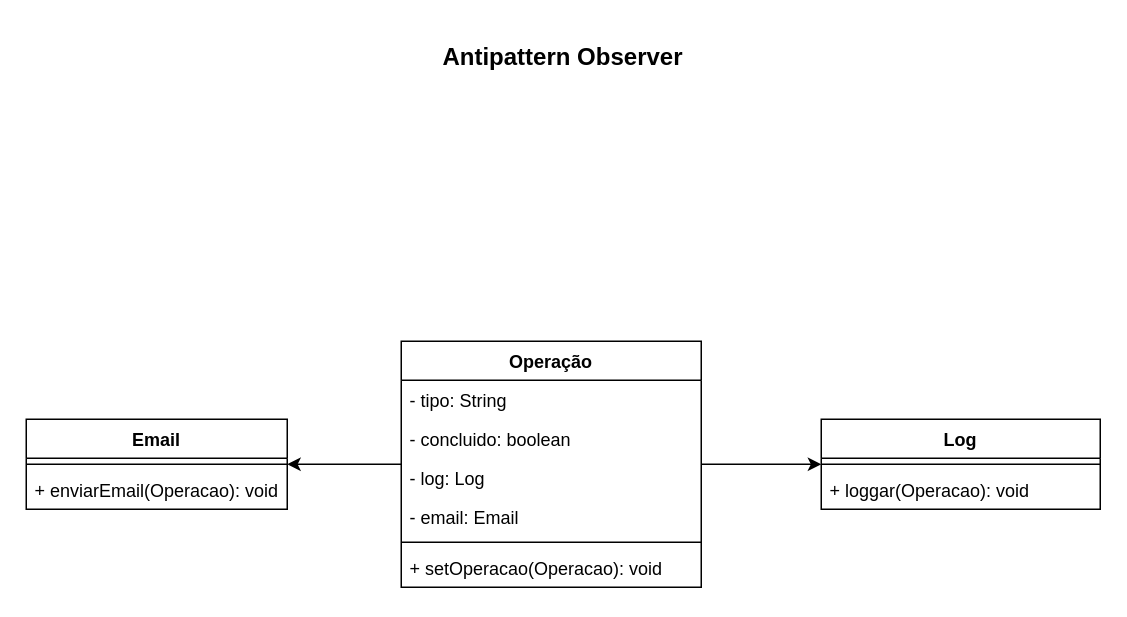
This is page "Antipattern" (2 of 2) of Padrões de Pojetos/Documentos/Diagramas/Facade.drawio from hrszanini/bertoti, a draw.io file, before an edit. Source tidied: cells renumbered, new cells numbered last; positions are measured from the earlier drawing's top-left corner, leaving out a move shared by most shapes. Both pictures are drawn from the tidied source at 150%, with x=0, y=0 at pixel (26, 26).
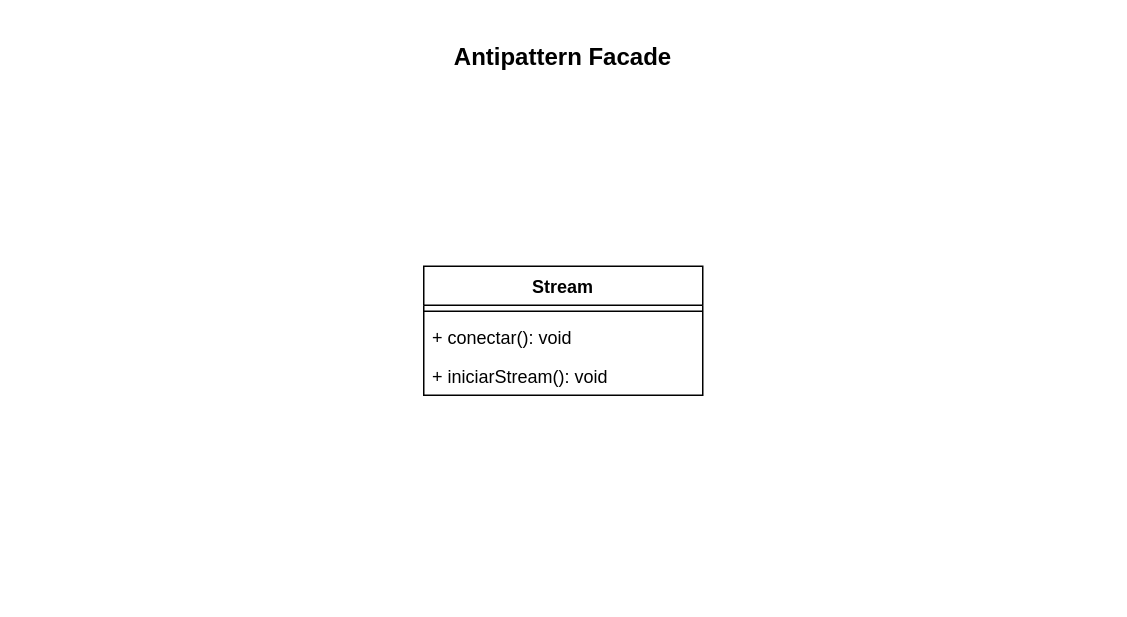
The same diagram, later.

The edit, as a diff of the source:
```diff
@@
 <mxGraphModel>
   <root>
     <mxCell id="0" />
     <mxCell id="1" parent="0" />
-    <mxCell id="2" value="Email" style="swimlane;fontStyle=1;align=center;verticalAlign=top;horizontal=1;startSize=26;" parent="1" vertex="1">
-      <mxGeometry y="262" width="174" height="60" as="geometry" />
-    </mxCell>
-    <mxCell id="3" style="line;strokeWidth=1;fillColor=none;align=left;verticalAlign=middle;spacingTop=-1;spacingLeft=3;spacingRight=3;labelPosition=right;" parent="2" vertex="1">
-      <mxGeometry y="26" width="174" height="8" as="geometry" />
-    </mxCell>
-    <mxCell id="4" value="+ enviarEmail(Operacao): void" style="text;strokeColor=none;fillColor=none;align=left;verticalAlign=top;spacingLeft=4;spacingRight=4;overflow=hidden;" parent="2" vertex="1">
-      <mxGeometry y="34" width="174" height="26" as="geometry" />
-    </mxCell>
-    <mxCell id="5" value="Log" style="swimlane;fontStyle=1;align=center;verticalAlign=top;horizontal=1;startSize=26;" parent="1" vertex="1">
-      <mxGeometry x="530" y="262" width="186" height="60" as="geometry" />
+    <mxCell id="5" value="Stream" style="swimlane;fontStyle=1;align=center;verticalAlign=top;horizontal=1;startSize=26;" parent="1" vertex="1">
+      <mxGeometry x="265" y="160" width="186" height="86" as="geometry" />
     </mxCell>
     <mxCell id="6" style="line;strokeWidth=1;fillColor=none;align=left;verticalAlign=middle;spacingTop=-1;spacingLeft=3;spacingRight=3;labelPosition=right;" parent="5" vertex="1">
       <mxGeometry y="26" width="186" height="8" as="geometry" />
     </mxCell>
-    <mxCell id="7" value="+ loggar(Operacao): void" style="text;strokeColor=none;fillColor=none;align=left;verticalAlign=top;spacingLeft=4;spacingRight=4;overflow=hidden;" parent="5" vertex="1">
+    <mxCell id="7" value="+ conectar(): void" style="text;strokeColor=none;fillColor=none;align=left;verticalAlign=top;spacingLeft=4;spacingRight=4;overflow=hidden;" parent="5" vertex="1">
       <mxGeometry y="34" width="186" height="26" as="geometry" />
     </mxCell>
-    <mxCell id="8" style="edgeStyle=orthogonalEdgeStyle;rounded=0;jettySize=auto;html=1;" parent="1" edge="1" source="10" target="2">
-      <mxGeometry relative="1" as="geometry" />
-    </mxCell>
-    <mxCell id="9" style="edgeStyle=orthogonalEdgeStyle;rounded=0;jettySize=auto;html=1;" parent="1" edge="1" source="10" target="5">
-      <mxGeometry relative="1" as="geometry" />
-    </mxCell>
-    <mxCell id="10" value="Operação" style="swimlane;fontStyle=1;align=center;verticalAlign=top;horizontal=1;startSize=26;" parent="1" vertex="1">
-      <mxGeometry x="250" y="210" width="200" height="164" as="geometry" />
-    </mxCell>
-    <mxCell id="11" value="- tipo: String" style="text;strokeColor=none;fillColor=none;align=left;verticalAlign=top;spacingLeft=4;spacingRight=4;overflow=hidden;" parent="10" vertex="1">
-      <mxGeometry y="26" width="200" height="26" as="geometry" />
-    </mxCell>
-    <mxCell id="12" value="- concluido: boolean" style="text;strokeColor=none;fillColor=none;align=left;verticalAlign=top;spacingLeft=4;spacingRight=4;overflow=hidden;" parent="10" vertex="1">
-      <mxGeometry y="52" width="200" height="26" as="geometry" />
-    </mxCell>
-    <mxCell id="13" value="- log: Log" style="text;strokeColor=none;fillColor=none;align=left;verticalAlign=top;spacingLeft=4;spacingRight=4;overflow=hidden;" parent="10" vertex="1">
-      <mxGeometry y="78" width="200" height="26" as="geometry" />
-    </mxCell>
-    <mxCell id="14" value="- email: Email" style="text;strokeColor=none;fillColor=none;align=left;verticalAlign=top;spacingLeft=4;spacingRight=4;overflow=hidden;" parent="10" vertex="1">
-      <mxGeometry y="104" width="200" height="26" as="geometry" />
-    </mxCell>
-    <mxCell id="15" style="line;strokeWidth=1;fillColor=none;align=left;verticalAlign=middle;spacingTop=-1;spacingLeft=3;spacingRight=3;labelPosition=right;" parent="10" vertex="1">
-      <mxGeometry y="130" width="200" height="8" as="geometry" />
-    </mxCell>
-    <mxCell id="16" value="+ setOperacao(Operacao): void" style="text;strokeColor=none;fillColor=none;align=left;verticalAlign=top;spacingLeft=4;spacingRight=4;overflow=hidden;" parent="10" vertex="1">
-      <mxGeometry y="138" width="200" height="26" as="geometry" />
-    </mxCell>
+    <mxCell id="18" value="+ iniciarStream(): void" style="text;strokeColor=none;fillColor=none;align=left;verticalAlign=top;spacingLeft=4;spacingRight=4;overflow=hidden;" parent="5" vertex="1">
+      <mxGeometry y="60" width="186" height="26" as="geometry" />
+    </mxCell>
-    <mxCell id="17" value="Antipattern Observer" style="text;html=1;strokeColor=none;fillColor=none;align=center;verticalAlign=middle;whiteSpace=wrap;rounded=0;fontStyle=1;fontSize=16;" parent="1" vertex="1">
+    <mxCell id="17" value="Antipattern Facade" style="text;html=1;strokeColor=none;fillColor=none;align=center;verticalAlign=middle;whiteSpace=wrap;rounded=0;fontStyle=1;fontSize=16;" parent="1" vertex="1">
       <mxGeometry x="275" width="166" height="40" as="geometry" />
     </mxCell>
   </root>
 </mxGraphModel>
```
